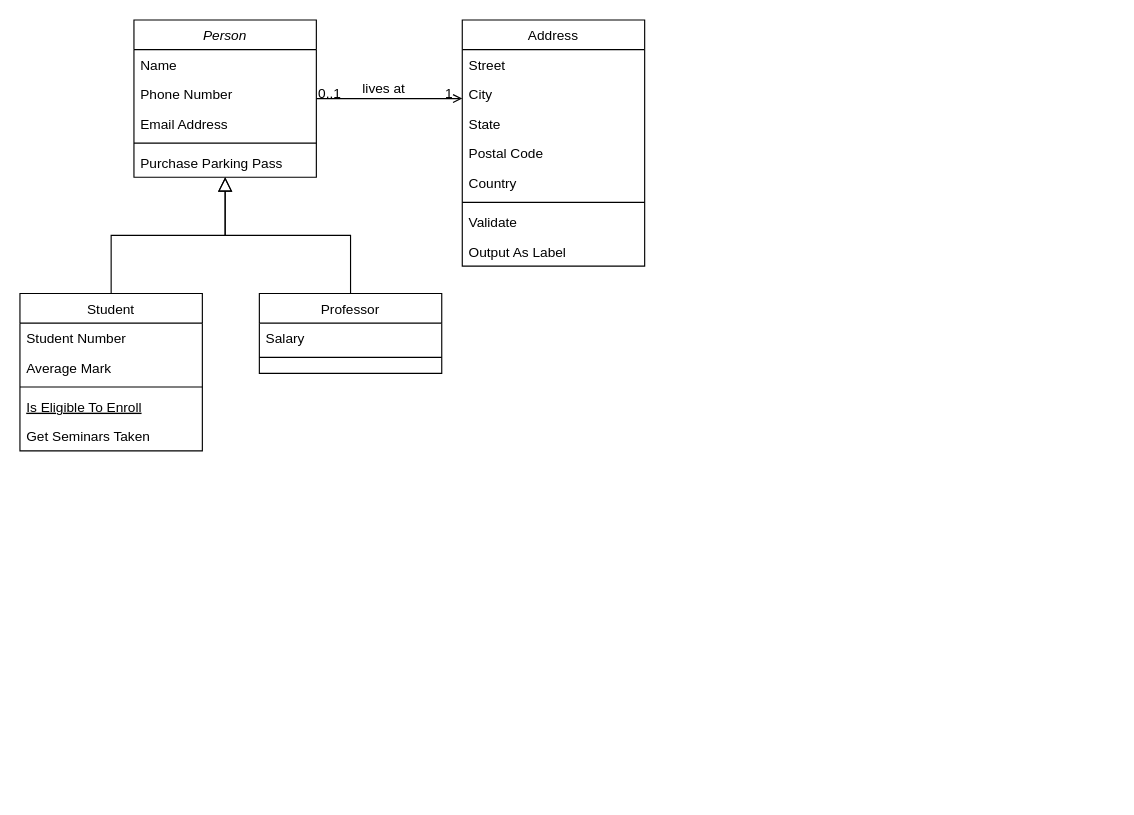
Above: Content/GameJam/Maps/Art/SimcenGameJamRoom.drawio in Jari-van-der-Kolk/ChristmasGameJam (draw.io), before the change. Source tidied: cells renumbered, new cells numbered last; positions are measured from the earlier drawing's top-left corner, leaving out a move shared by most shapes. Both pictures are drawn from the tidied source at 114%, with x=0, y=0 at pixel (19, 19).
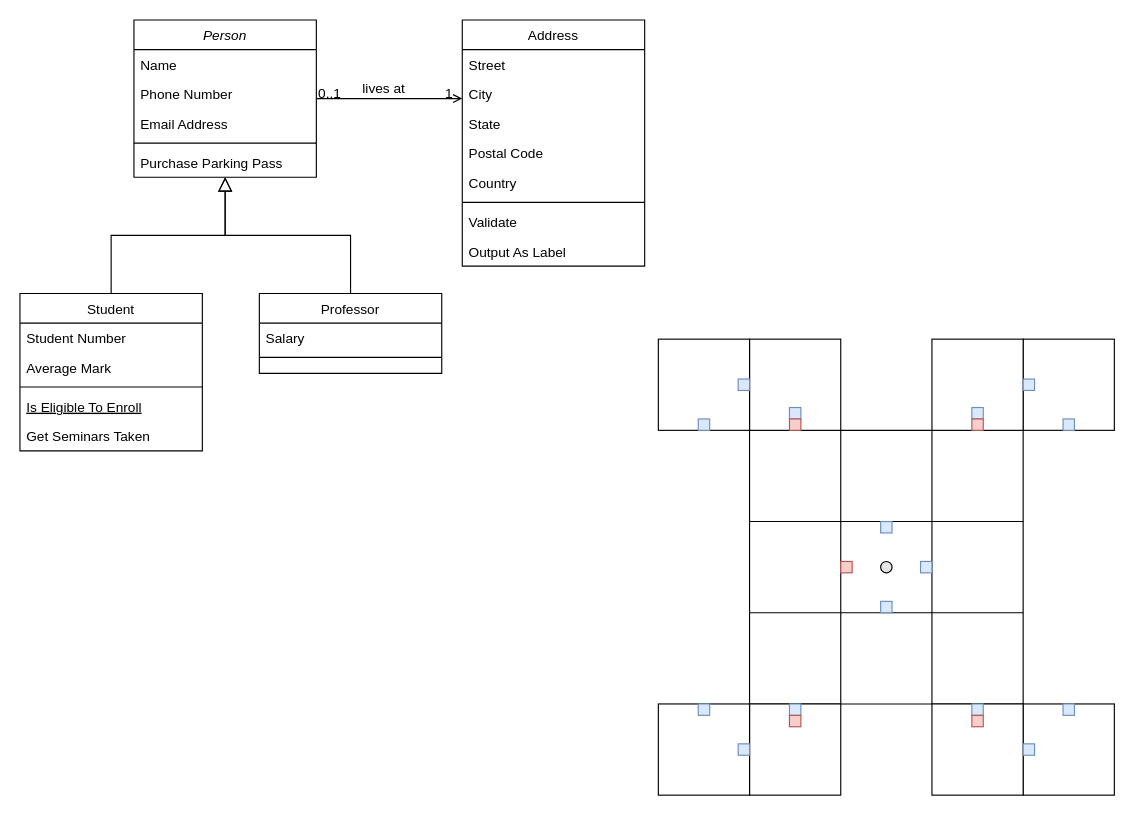
After the change.

What changed in the source:
```diff
@@
+    <mxCell id="32" style="shape=table;startSize=0;childLayout=tableLayout;fontSize=16;" parent="1" vertex="1">
+      <mxGeometry x="640" y="360" width="240" height="240" as="geometry" />
+    </mxCell>
+    <mxCell id="33" style="shape=tableRow;horizontal=0;startSize=0;swimlaneHead=0;swimlaneBody=0;strokeColor=inherit;top=0;left=0;bottom=0;right=0;fillColor=none;fontSize=16;" parent="32" vertex="1">
+      <mxGeometry width="240" height="80" as="geometry" />
+    </mxCell>
+    <mxCell id="34" style="shape=partialRectangle;html=1;whiteSpace=wrap;strokeColor=inherit;overflow=hidden;fillColor=none;top=0;left=0;bottom=0;right=0;fontSize=16;" parent="33" vertex="1">
+      <mxGeometry width="80" height="80" as="geometry" />
+    </mxCell>
+    <mxCell id="35" style="shape=partialRectangle;html=1;whiteSpace=wrap;strokeColor=inherit;overflow=hidden;fillColor=none;top=0;left=0;bottom=0;right=0;fontSize=16;" parent="33" vertex="1">
+      <mxGeometry x="80" width="80" height="80" as="geometry" />
+    </mxCell>
+    <mxCell id="36" style="shape=partialRectangle;html=1;whiteSpace=wrap;strokeColor=inherit;overflow=hidden;fillColor=none;top=0;left=0;bottom=0;right=0;fontSize=16;" parent="33" vertex="1">
+      <mxGeometry x="160" width="80" height="80" as="geometry" />
+    </mxCell>
+    <mxCell id="37" style="shape=tableRow;horizontal=0;startSize=0;swimlaneHead=0;swimlaneBody=0;strokeColor=inherit;top=0;left=0;bottom=0;right=0;fillColor=none;fontSize=16;" parent="32" vertex="1">
+      <mxGeometry y="80" width="240" height="80" as="geometry" />
+    </mxCell>
+    <mxCell id="38" style="shape=partialRectangle;html=1;whiteSpace=wrap;strokeColor=inherit;overflow=hidden;fillColor=none;top=0;left=0;bottom=0;right=0;fontSize=16;" parent="37" vertex="1">
+      <mxGeometry width="80" height="80" as="geometry" />
+    </mxCell>
+    <mxCell id="39" style="shape=partialRectangle;html=1;whiteSpace=wrap;strokeColor=inherit;overflow=hidden;fillColor=none;top=0;left=0;bottom=0;right=0;fontSize=16;" parent="37" vertex="1">
+      <mxGeometry x="80" width="80" height="80" as="geometry" />
+    </mxCell>
+    <mxCell id="40" style="shape=partialRectangle;html=1;whiteSpace=wrap;strokeColor=inherit;overflow=hidden;fillColor=none;top=0;left=0;bottom=0;right=0;fontSize=16;" parent="37" vertex="1">
+      <mxGeometry x="160" width="80" height="80" as="geometry" />
+    </mxCell>
+    <mxCell id="41" style="shape=tableRow;horizontal=0;startSize=0;swimlaneHead=0;swimlaneBody=0;strokeColor=inherit;top=0;left=0;bottom=0;right=0;fillColor=none;fontSize=16;" parent="32" vertex="1">
+      <mxGeometry y="160" width="240" height="80" as="geometry" />
+    </mxCell>
+    <mxCell id="42" style="shape=partialRectangle;html=1;whiteSpace=wrap;strokeColor=inherit;overflow=hidden;fillColor=none;top=0;left=0;bottom=0;right=0;fontSize=16;" parent="41" vertex="1">
+      <mxGeometry width="80" height="80" as="geometry" />
+    </mxCell>
+    <mxCell id="43" style="shape=partialRectangle;html=1;whiteSpace=wrap;strokeColor=inherit;overflow=hidden;fillColor=none;top=0;left=0;bottom=0;right=0;fontSize=16;" parent="41" vertex="1">
+      <mxGeometry x="80" width="80" height="80" as="geometry" />
+    </mxCell>
+    <mxCell id="44" style="shape=partialRectangle;html=1;whiteSpace=wrap;strokeColor=inherit;overflow=hidden;fillColor=none;top=0;left=0;bottom=0;right=0;fontSize=16;" parent="41" vertex="1">
+      <mxGeometry x="160" width="80" height="80" as="geometry" />
+    </mxCell>
+    <mxCell id="45" style="whiteSpace=wrap;html=1;" parent="1" vertex="1">
+      <mxGeometry x="640" y="280" width="80" height="80" as="geometry" />
+    </mxCell>
+    <mxCell id="46" style="whiteSpace=wrap;html=1;" parent="1" vertex="1">
+      <mxGeometry x="640" y="600" width="80" height="80" as="geometry" />
+    </mxCell>
+    <mxCell id="47" style="whiteSpace=wrap;html=1;" parent="1" vertex="1">
+      <mxGeometry x="560" y="600" width="80" height="80" as="geometry" />
+    </mxCell>
+    <mxCell id="48" style="whiteSpace=wrap;html=1;" parent="1" vertex="1">
+      <mxGeometry x="560" y="280" width="80" height="80" as="geometry" />
+    </mxCell>
+    <mxCell id="49" style="whiteSpace=wrap;html=1;" parent="1" vertex="1">
+      <mxGeometry x="880" y="280" width="80" height="80" as="geometry" />
+    </mxCell>
+    <mxCell id="50" style="whiteSpace=wrap;html=1;" parent="1" vertex="1">
+      <mxGeometry x="800" y="280" width="80" height="80" as="geometry" />
+    </mxCell>
+    <mxCell id="51" style="whiteSpace=wrap;html=1;" parent="1" vertex="1">
+      <mxGeometry x="880" y="600" width="80" height="80" as="geometry" />
+    </mxCell>
+    <mxCell id="52" style="whiteSpace=wrap;html=1;" parent="1" vertex="1">
+      <mxGeometry x="800" y="600" width="80" height="80" as="geometry" />
+    </mxCell>
+    <mxCell id="53" style="rounded=0;whiteSpace=wrap;html=1;fillColor=#f8cecc;strokeColor=#b85450;" parent="1" vertex="1">
+      <mxGeometry x="720" y="475" width="10" height="10" as="geometry" />
+    </mxCell>
+    <mxCell id="54" style="rounded=0;whiteSpace=wrap;html=1;fillColor=#dae8fc;strokeColor=#6c8ebf;rotation=90;" parent="1" vertex="1">
+      <mxGeometry x="755" y="510" width="10" height="10" as="geometry" />
+    </mxCell>
+    <mxCell id="55" style="rounded=0;whiteSpace=wrap;html=1;fillColor=#dae8fc;strokeColor=#6c8ebf;rotation=90;" parent="1" vertex="1">
+      <mxGeometry x="790" y="475" width="10" height="10" as="geometry" />
+    </mxCell>
+    <mxCell id="56" style="rounded=0;whiteSpace=wrap;html=1;fillColor=#dae8fc;strokeColor=#6c8ebf;rotation=90;" parent="1" vertex="1">
+      <mxGeometry x="755" y="440" width="10" height="10" as="geometry" />
+    </mxCell>
+    <mxCell id="57" style="rounded=0;whiteSpace=wrap;html=1;fillColor=#dae8fc;strokeColor=#6c8ebf;rotation=90;" parent="1" vertex="1">
+      <mxGeometry x="595" y="350" width="10" height="10" as="geometry" />
+    </mxCell>
+    <mxCell id="58" style="rounded=0;whiteSpace=wrap;html=1;fillColor=#dae8fc;strokeColor=#6c8ebf;rotation=90;" parent="1" vertex="1">
+      <mxGeometry x="630" y="315" width="10" height="10" as="geometry" />
+    </mxCell>
+    <mxCell id="59" style="html=1;shadow=0;dashed=0;shape=mxgraph.bootstrap.radioButton2;labelPosition=right;verticalLabelPosition=middle;align=left;verticalAlign=middle;gradientColor=#DEDEDE;fillColor=#EDEDED;checked=0;spacing=5;checkedFill=#0085FC;checkedStroke=#ffffff;sketch=0;" parent="1" vertex="1">
+      <mxGeometry x="755" y="475" width="10" height="10" as="geometry" />
+    </mxCell>
+    <mxCell id="60" style="rounded=0;whiteSpace=wrap;html=1;fillColor=#dae8fc;strokeColor=#6c8ebf;rotation=90;" parent="1" vertex="1">
+      <mxGeometry x="675" y="340" width="10" height="10" as="geometry" />
+    </mxCell>
+    <mxCell id="61" style="rounded=0;whiteSpace=wrap;html=1;fillColor=#f8cecc;strokeColor=#b85450;" parent="1" vertex="1">
+      <mxGeometry x="675" y="350" width="10" height="10" as="geometry" />
+    </mxCell>
+    <mxCell id="62" style="rounded=0;whiteSpace=wrap;html=1;fillColor=#dae8fc;strokeColor=#6c8ebf;rotation=90;" parent="1" vertex="1">
+      <mxGeometry x="835" y="340" width="10" height="10" as="geometry" />
+    </mxCell>
+    <mxCell id="63" style="rounded=0;whiteSpace=wrap;html=1;fillColor=#f8cecc;strokeColor=#b85450;" parent="1" vertex="1">
+      <mxGeometry x="835" y="350" width="10" height="10" as="geometry" />
+    </mxCell>
+    <mxCell id="64" style="rounded=0;whiteSpace=wrap;html=1;fillColor=#dae8fc;strokeColor=#6c8ebf;rotation=90;" parent="1" vertex="1">
+      <mxGeometry x="835" y="600" width="10" height="10" as="geometry" />
+    </mxCell>
+    <mxCell id="65" style="rounded=0;whiteSpace=wrap;html=1;fillColor=#f8cecc;strokeColor=#b85450;" parent="1" vertex="1">
+      <mxGeometry x="835" y="610" width="10" height="10" as="geometry" />
+    </mxCell>
+    <mxCell id="66" style="rounded=0;whiteSpace=wrap;html=1;fillColor=#dae8fc;strokeColor=#6c8ebf;rotation=90;" parent="1" vertex="1">
+      <mxGeometry x="675" y="600" width="10" height="10" as="geometry" />
+    </mxCell>
+    <mxCell id="67" style="rounded=0;whiteSpace=wrap;html=1;fillColor=#f8cecc;strokeColor=#b85450;" parent="1" vertex="1">
+      <mxGeometry x="675" y="610" width="10" height="10" as="geometry" />
+    </mxCell>
+    <mxCell id="68" style="rounded=0;whiteSpace=wrap;html=1;fillColor=#dae8fc;strokeColor=#6c8ebf;rotation=90;" parent="1" vertex="1">
+      <mxGeometry x="595" y="600" width="10" height="10" as="geometry" />
+    </mxCell>
+    <mxCell id="69" style="rounded=0;whiteSpace=wrap;html=1;fillColor=#dae8fc;strokeColor=#6c8ebf;rotation=90;" parent="1" vertex="1">
+      <mxGeometry x="915" y="600" width="10" height="10" as="geometry" />
+    </mxCell>
+    <mxCell id="70" style="rounded=0;whiteSpace=wrap;html=1;fillColor=#dae8fc;strokeColor=#6c8ebf;rotation=90;" parent="1" vertex="1">
+      <mxGeometry x="915" y="350" width="10" height="10" as="geometry" />
+    </mxCell>
+    <mxCell id="71" style="rounded=0;whiteSpace=wrap;html=1;fillColor=#dae8fc;strokeColor=#6c8ebf;rotation=90;" parent="1" vertex="1">
+      <mxGeometry x="630" y="635" width="10" height="10" as="geometry" />
+    </mxCell>
+    <mxCell id="72" style="rounded=0;whiteSpace=wrap;html=1;fillColor=#dae8fc;strokeColor=#6c8ebf;rotation=90;" parent="1" vertex="1">
+      <mxGeometry x="880" y="635" width="10" height="10" as="geometry" />
+    </mxCell>
+    <mxCell id="73" style="rounded=0;whiteSpace=wrap;html=1;fillColor=#dae8fc;strokeColor=#6c8ebf;rotation=90;" parent="1" vertex="1">
+      <mxGeometry x="880" y="315" width="10" height="10" as="geometry" />
+    </mxCell>
```
